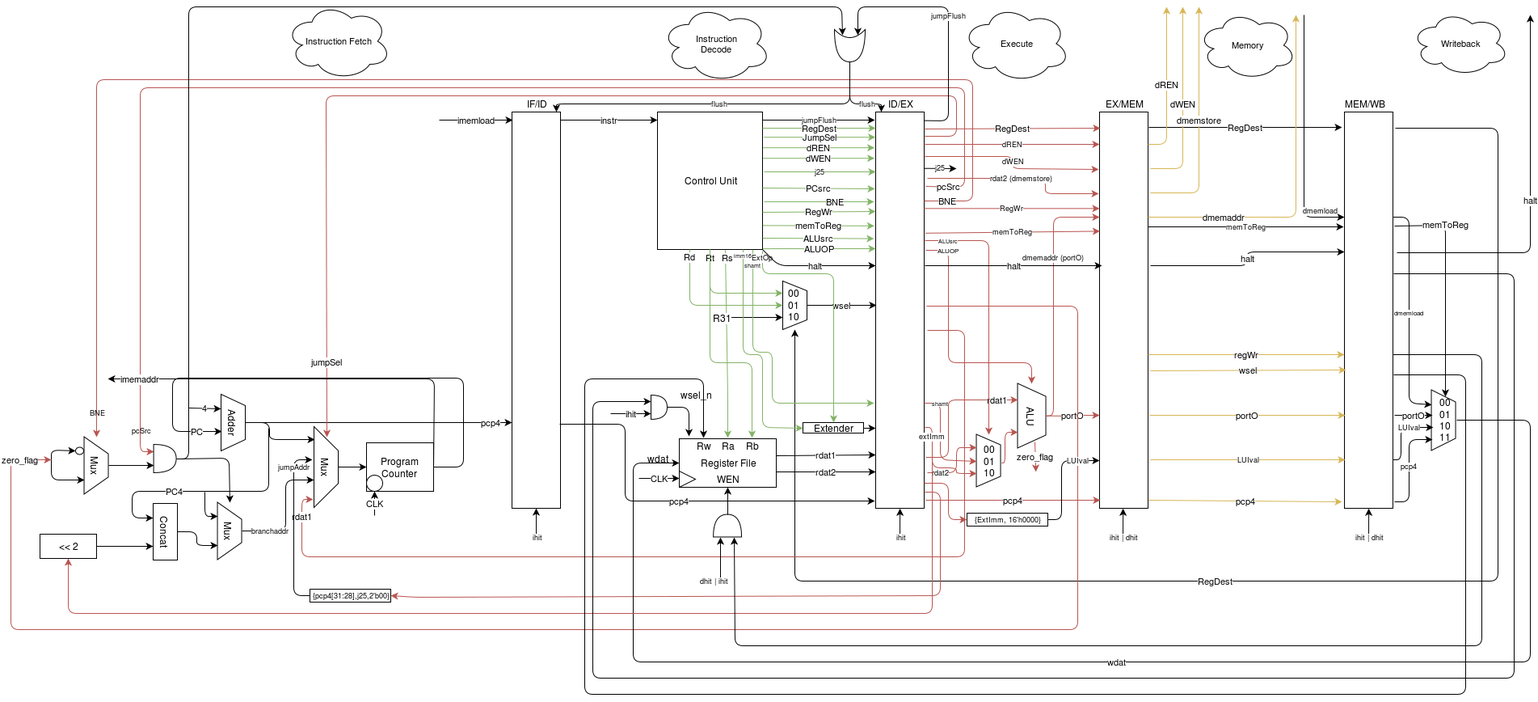
The draw.io diagram documents/PipelineDiagram.png in brian-rieder/mips-processor, before a commit. Source tidied: cells renumbered, new cells last; positions are measured from the earlier drawing's top-left corner, leaving out a move shared by most shapes.
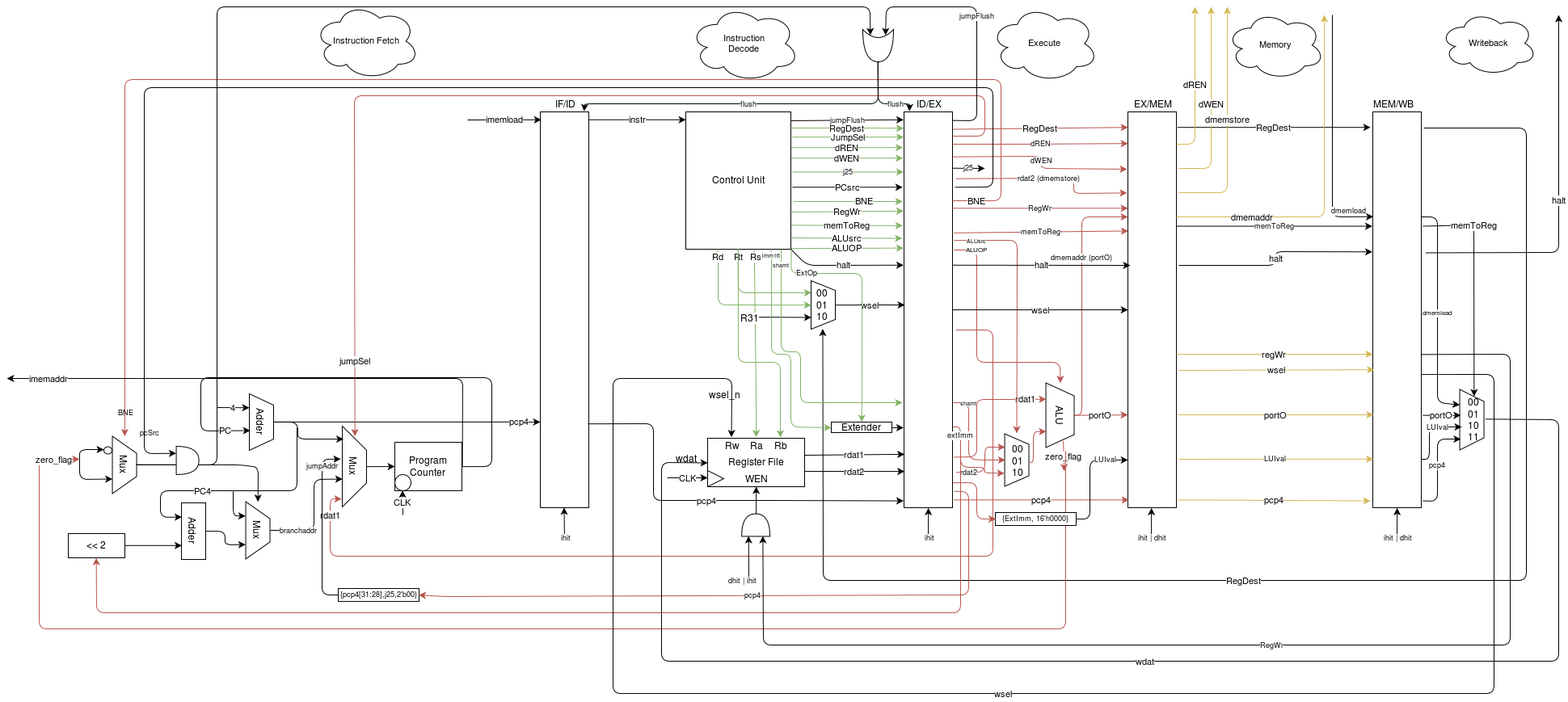
After the commit.

Commit message:
Updated pipeline diagram to include halt, PCsrc, and signal rerouting

Diff of the diagram source:
```diff
@@ -54,11 +54,6 @@
         <mxPoint x="930.3" y="304.1" as="sourcePoint" />
       </mxGeometry>
     </mxCell>
-    <mxCell id="15" value="PCsrc" style="endArrow=classic;html=1;fillColor=#d5e8d4;strokeColor=#82b366;entryX=-0.013;entryY=0.193;entryPerimeter=0;" parent="1" edge="1" target="3">
-      <mxGeometry x="370" y="210" as="geometry">
-        <mxPoint x="930" y="229" as="sourcePoint" />
-      </mxGeometry>
-    </mxCell>
     <mxCell id="16" value="RegWr" style="endArrow=classic;html=1;fillColor=#d5e8d4;strokeColor=#82b366;entryX=0;entryY=0.25;" parent="1" edge="1" target="3">
       <mxGeometry x="369" y="247" as="geometry">
         <mxPoint x="930" y="259" as="sourcePoint" />
@@ -131,21 +126,6 @@
     <mxCell id="29" value="Rb" style="text;html=1;strokeColor=none;fillColor=none;align=center;verticalAlign=middle;whiteSpace=wrap;" parent="1" vertex="1">
       <mxGeometry x="897" y="538" width="40" height="20" as="geometry" />
     </mxCell>
-    <mxCell id="30" style="shape=or;whiteSpace=wrap;html=1;" parent="1" vertex="1">
-      <mxGeometry x="792" y="485" width="20" height="30" as="geometry" />
-    </mxCell>
-    <mxCell id="31" style="endArrow=classic;html=1;entryX=0.05;entryY=-0.1;entryPerimeter=0;exitX=1;exitY=0.5;exitPerimeter=0;" parent="1" edge="1" source="30" target="27">
-      <mxGeometry x="252" y="485" as="geometry">
-        <Array as="points">
-          <mxPoint x="839" y="500" />
-        </Array>
-      </mxGeometry>
-    </mxCell>
-    <mxCell id="32" value="ihit" style="endArrow=classic;html=1;entryX=0;entryY=0.75;entryPerimeter=0;" parent="1" edge="1" target="30">
-      <mxGeometry x="182" y="493" as="geometry">
-        <mxPoint x="742" y="508" as="sourcePoint" />
-      </mxGeometry>
-    </mxCell>
     <mxCell id="33" style="endArrow=classic;html=1;entryX=0.75;entryY=1;" parent="1" edge="1" target="23">
       <mxGeometry x="282" y="306" as="geometry">
         <mxPoint x="870" y="389" as="sourcePoint" />
@@ -216,7 +196,7 @@
         <mxPoint x="440" y="574" as="targetPoint" />
       </mxGeometry>
     </mxCell>
-    <mxCell id="46" value="Concat&lt;br&gt;" style="shape=trapezoid;whiteSpace=wrap;html=1;rotation=90;size=0;" parent="1" vertex="1">
+    <mxCell id="46" value="Adder" style="shape=trapezoid;whiteSpace=wrap;html=1;rotation=90;size=0;" parent="1" vertex="1">
       <mxGeometry x="156" y="639" width="70" height="30" as="geometry" />
     </mxCell>
     <mxCell id="47" value="branchaddr" style="endArrow=classic;html=1;entryX=0.659;entryY=1.007;entryPerimeter=0;fontSize=9;exitX=0.5;exitY=0;" parent="1" edge="1" source="117" target="40">
@@ -497,16 +477,6 @@
     <mxCell id="90" value="Writeback" style="ellipse;shape=cloud;whiteSpace=wrap;html=1;fontSize=11;" parent="1" vertex="1">
       <mxGeometry x="1733" y="10" width="120" height="80" as="geometry" />
     </mxCell>
-    <mxCell id="91" value="pcSrc" style="endArrow=classic;html=1;exitX=1.033;exitY=0.188;exitPerimeter=0;fillColor=#f8cecc;strokeColor=#b85450;entryX=0;entryY=0.25;entryPerimeter=0;" parent="1" edge="1" source="3" target="120">
-      <mxGeometry x="-0.97" relative="1" as="geometry">
-        <Array as="points">
-          <mxPoint x="1180" y="228" />
-          <mxPoint x="1180" y="105" />
-          <mxPoint x="160" y="105" />
-          <mxPoint x="160" y="555" />
-        </Array>
-      </mxGeometry>
-    </mxCell>
     <mxCell id="92" value="BNE" style="endArrow=classic;html=1;fillColor=#f8cecc;strokeColor=#b85450;entryX=0;entryY=0.5;" parent="1" edge="1" target="121">
       <mxGeometry x="-0.97" relative="1" as="geometry">
         <mxPoint x="1130" y="245" as="sourcePoint" />
@@ -536,11 +506,11 @@
     </mxCell>
     <mxCell id="95" value="zero_flag" style="endArrow=classic;html=1;fillColor=#f8cecc;strokeColor=#b85450;" parent="1" edge="1">
       <mxGeometry x="0.96" relative="1" as="geometry">
-        <mxPoint x="1133" y="375" as="sourcePoint" />
+        <mxPoint x="1270" y="555" as="sourcePoint" />
         <mxPoint x="50" y="565" as="targetPoint" />
         <Array as="points">
-          <mxPoint x="1320" y="375" />
-          <mxPoint x="1320" y="775" />
+          <mxPoint x="1270" y="675" />
+          <mxPoint x="1270" y="775" />
           <mxPoint y="775" />
           <mxPoint y="565" />
         </Array>
@@ -571,7 +541,7 @@
         </Array>
       </mxGeometry>
     </mxCell>
-    <mxCell id="100" style="endArrow=classic;html=1;fontSize=9;exitX=1.021;exitY=0.959;exitPerimeter=0;entryX=1;entryY=0.5;fillColor=#f8cecc;strokeColor=#b85450;" parent="1" edge="1" source="3" target="97">
+    <mxCell id="100" value="pcp4" style="endArrow=classic;html=1;fontSize=9;exitX=1.021;exitY=0.959;exitPerimeter=0;entryX=1;entryY=0.5;fillColor=#f8cecc;strokeColor=#b85450;" parent="1" edge="1" source="3" target="97">
       <mxGeometry relative="1" as="geometry">
         <Array as="points">
           <mxPoint x="1150" y="605" />
@@ -634,7 +604,7 @@
     </mxCell>
     <mxCell id="108" value="imemaddr" style="endArrow=classic;html=1;fontSize=11;exitX=1;exitY=0.5;" parent="1" edge="1" source="44">
       <mxGeometry x="0.84" relative="1" as="geometry">
-        <mxPoint x="120" y="465" as="targetPoint" />
+        <mxPoint x="-40" y="465" as="targetPoint" />
         <Array as="points">
           <mxPoint x="524" y="465" />
         </Array>
@@ -673,7 +643,7 @@
     <mxCell id="113" value="wdat" style="text;html=1;strokeColor=none;fillColor=none;align=center;verticalAlign=middle;whiteSpace=wrap;" parent="1" vertex="1">
       <mxGeometry x="780" y="554" width="40" height="20" as="geometry" />
     </mxCell>
-    <mxCell id="114" style="endArrow=classic;html=1;exitX=1.011;exitY=0.663;exitPerimeter=0;entryX=0.5;entryY=0;" parent="1" edge="1" source="5" target="27">
+    <mxCell id="114" value="wsel" style="endArrow=classic;html=1;exitX=1.011;exitY=0.663;exitPerimeter=0;entryX=0.5;entryY=0;" parent="1" edge="1" source="5" target="27">
       <mxGeometry relative="1" as="geometry">
         <Array as="points">
           <mxPoint x="1800" y="460" />
@@ -687,16 +657,6 @@
     <mxCell id="115" value="wsel_n" style="text;html=1;strokeColor=none;fillColor=none;align=center;verticalAlign=middle;whiteSpace=wrap;" parent="1" vertex="1">
       <mxGeometry x="827" y="475" width="40" height="20" as="geometry" />
     </mxCell>
-    <mxCell id="116" style="endArrow=classic;html=1;exitX=1.017;exitY=0.408;exitPerimeter=0;entryX=0;entryY=0.25;entryPerimeter=0;" parent="1" edge="1" source="5" target="30">
-      <mxGeometry relative="1" as="geometry">
-        <Array as="points">
-          <mxPoint x="1860" y="335" />
-          <mxPoint x="1860" y="835" />
-          <mxPoint x="720" y="835" />
-          <mxPoint x="720" y="493" />
-        </Array>
-      </mxGeometry>
-    </mxCell>
     <mxCell id="117" value="Mux" style="shape=trapezoid;whiteSpace=wrap;html=1;size=0.2972222222222222;rotation=90;" parent="1" vertex="1">
       <mxGeometry x="235" y="638" width="71" height="30" as="geometry" />
     </mxCell>
@@ -716,20 +676,14 @@
         </Array>
       </mxGeometry>
     </mxCell>
-    <mxCell id="120" style="shape=or;whiteSpace=wrap;html=1;rotation=0;" parent="1" vertex="1">
-      <mxGeometry x="176.6" y="546" width="28" height="35" as="geometry" />
-    </mxCell>
     <mxCell id="121" value="Mux" style="shape=trapezoid;whiteSpace=wrap;html=1;size=0.2972222222222222;rotation=90;" parent="1" vertex="1">
       <mxGeometry x="70" y="557" width="71" height="30" as="geometry" />
     </mxCell>
-    <mxCell id="122" style="endArrow=classic;html=1;fontSize=9;entryX=0;entryY=0.75;entryPerimeter=0;exitX=0.5;exitY=0;" parent="1" edge="1" source="121" target="120">
-      <mxGeometry relative="1" as="geometry" />
-    </mxCell>
     <mxCell id="123" value="BNE" style="text;html=1;strokeColor=none;fillColor=none;align=center;verticalAlign=middle;whiteSpace=wrap;fontSize=9;" parent="1" vertex="1">
       <mxGeometry x="86" y="497" width="40" height="20" as="geometry" />
     </mxCell>
     <mxCell id="124" value="pcSrc" style="text;html=1;strokeColor=none;fillColor=none;align=center;verticalAlign=middle;whiteSpace=wrap;fontSize=9;" parent="1" vertex="1">
-      <mxGeometry x="141" y="519" width="40" height="20" as="geometry" />
+      <mxGeometry x="116" y="522" width="40" height="20" as="geometry" />
     </mxCell>
     <mxCell id="125" style="ellipse;whiteSpace=wrap;html=1;fontSize=9;" parent="1" vertex="1">
       <mxGeometry x="80" y="549" width="10" height="9" as="geometry" />
@@ -750,14 +704,15 @@
         </Array>
       </mxGeometry>
     </mxCell>
-    <mxCell id="128" style="endArrow=classic;html=1;fontSize=9;exitX=1;exitY=0.5;exitPerimeter=0;entryX=0;entryY=0.5;" parent="1" edge="1" source="120" target="117">
+    <mxCell id="128" style="endArrow=classic;html=1;fontSize=9;exitX=0.5;exitY=0;entryX=0;entryY=0.5;" parent="1" edge="1" source="121" target="117">
       <mxGeometry relative="1" as="geometry">
         <Array as="points">
-          <mxPoint x="270" y="563" />
+          <mxPoint x="250" y="572" />
+          <mxPoint x="271" y="575" />
         </Array>
       </mxGeometry>
     </mxCell>
-    <mxCell id="129" style="endArrow=classic;html=1;fontSize=9;exitX=1;exitY=0.612;exitPerimeter=0;entryX=0;entryY=0.75;entryPerimeter=0;" parent="1" edge="1" source="5" target="131">
+    <mxCell id="129" value="RegWr" style="endArrow=classic;html=1;fontSize=9;exitX=1;exitY=0.612;exitPerimeter=0;entryX=0;entryY=0.75;entryPerimeter=0;" parent="1" edge="1" source="5" target="131">
       <mxGeometry relative="1" as="geometry">
         <Array as="points">
           <mxPoint x="1820" y="435" />
@@ -907,10 +862,10 @@
         </Array>
       </mxGeometry>
     </mxCell>
-    <mxCell id="157" style="endArrow=classic;html=1;fontSize=9;exitX=1;exitY=0.5;exitPerimeter=0;entryX=0.175;entryY=0.75;entryPerimeter=0;" parent="1" edge="1" source="120" target="155">
+    <mxCell id="157" style="endArrow=classic;html=1;fontSize=9;exitX=0.5;exitY=0;entryX=0.175;entryY=0.75;entryPerimeter=0;" parent="1" edge="1" source="121" target="155">
       <mxGeometry relative="1" as="geometry">
         <Array as="points">
-          <mxPoint x="220" y="564" />
+          <mxPoint x="220" y="572" />
           <mxPoint x="220" y="5" />
           <mxPoint x="1028" y="5" />
         </Array>
@@ -962,5 +917,24 @@
         </Array>
       </mxGeometry>
     </mxCell>
+    <mxCell id="164" value="wsel" style="edgeStyle=orthogonalEdgeStyle;rounded=0;html=1;exitX=1;exitY=0.5;entryX=0;entryY=0.5;jettySize=auto;" parent="1" edge="1" source="3" target="4">
+      <mxGeometry relative="1" as="geometry" />
+    </mxCell>
+    <mxCell id="165" style="shape=or;whiteSpace=wrap;html=1;rotation=0;" parent="1" vertex="1">
+      <mxGeometry x="169.6" y="549" width="28" height="35" as="geometry" />
+    </mxCell>
+    <mxCell id="15" value="PCsrc" style="endArrow=classic;html=1;exitX=1.015;exitY=0.547;exitPerimeter=0;entryX=-0.027;entryY=0.19;entryPerimeter=0;" parent="1" edge="1" source="10" target="3">
+      <mxGeometry relative="1" as="geometry" />
+    </mxCell>
+    <mxCell id="166" style="endArrow=classic;html=1;exitX=1.051;exitY=0.19;exitPerimeter=0;entryX=0;entryY=0.25;entryPerimeter=0;" parent="1" edge="1" source="3" target="165">
+      <mxGeometry relative="1" as="geometry">
+        <Array as="points">
+          <mxPoint x="1180" y="228" />
+          <mxPoint x="1180" y="105" />
+          <mxPoint x="130" y="105" />
+          <mxPoint x="130" y="558" />
+        </Array>
+      </mxGeometry>
+    </mxCell>
   </root>
 </mxGraphModel>
```
